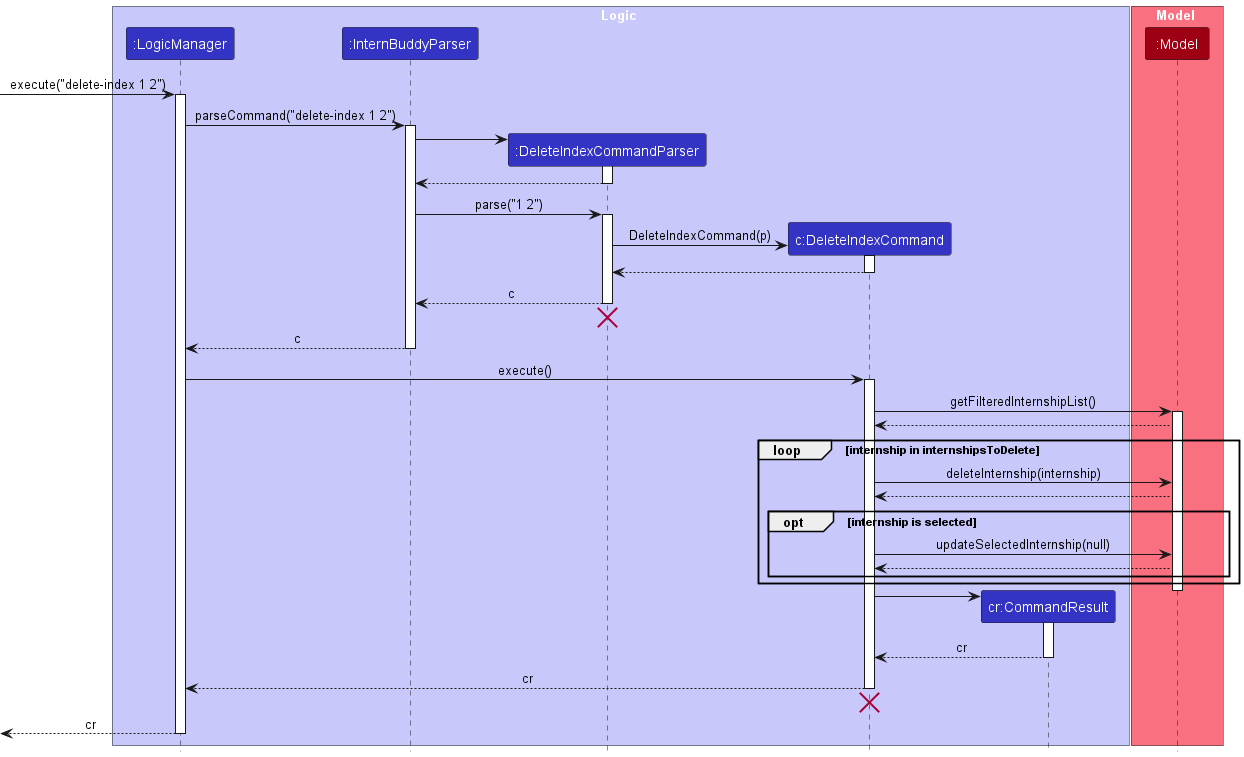
The PlantUML diagram docs/images/DeleteIndexSequenceDiagram.png in nus-cs2103-AY2223S2/tp, before a commit.
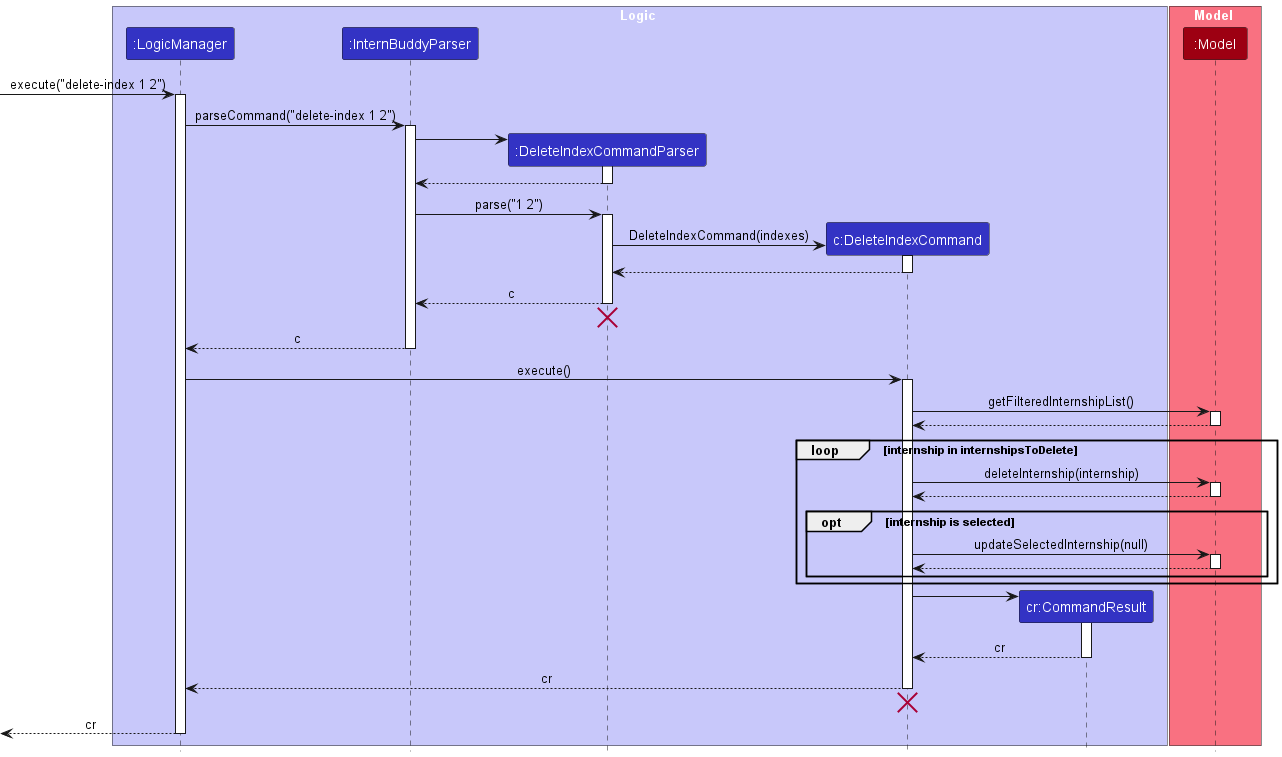
After the commit.

Commit message:
Fix sequence diagram in SG

Diff of the diagram source:
```diff
@@ -30,7 +30,7 @@
 activate DeleteIndexCommandParser
 
 create DeleteIndexCommand
-DeleteIndexCommandParser -> DeleteIndexCommand : DeleteIndexCommand(p)
+DeleteIndexCommandParser -> DeleteIndexCommand : DeleteIndexCommand(indexes)
 activate DeleteIndexCommand
 
 DeleteIndexCommand --> DeleteIndexCommandParser
@@ -51,17 +51,20 @@
 activate Model
 
 Model --> DeleteIndexCommand
+deactivate Model
 
 loop internship in internshipsToDelete
     DeleteIndexCommand -> Model: deleteInternship(internship)
+    activate Model
     Model --> DeleteIndexCommand
+    deactivate Model
 opt internship is selected
     DeleteIndexCommand -> Model: updateSelectedInternship(null)
+    activate Model
     Model --> DeleteIndexCommand
+    deactivate Model
 end
 end
-
-deactivate Model
 
 create CommandResult
 DeleteIndexCommand -> CommandResult
```
